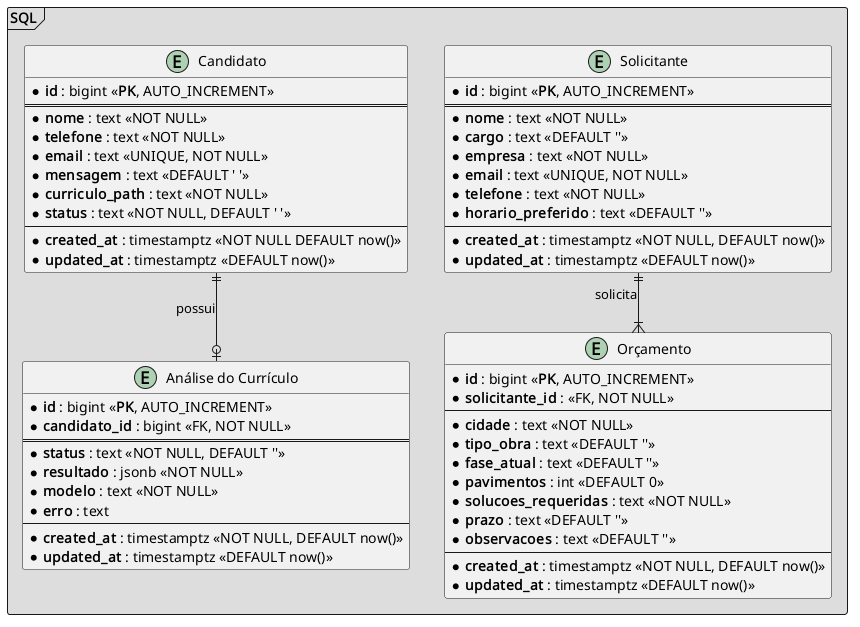
Above: docs/diagrams/sql.png in olucasfracaro/EmpregaMais (PlantUML), before the change.
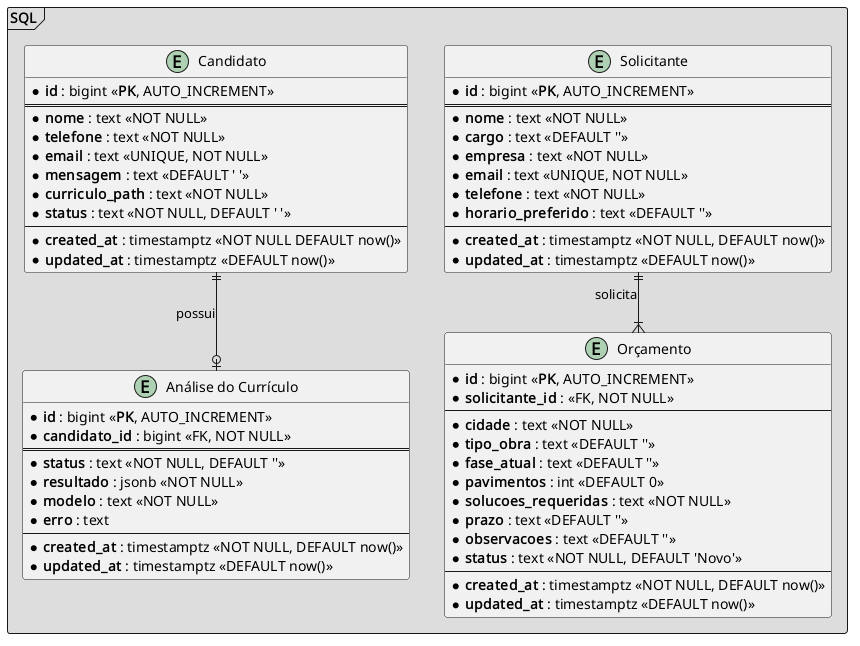
The same file after the commit.

Diff of the diagram source:
```diff
@@ -55,6 +55,7 @@
         * **solucoes_requeridas** : text <<NOT NULL>>
         * **prazo** : text <<DEFAULT ''>>
         * **observacoes** : text <<DEFAULT ''>>
+        * **status** : text <<NOT NULL, DEFAULT 'Novo'>>
         --
         * **created_at** : timestamptz <<NOT NULL, DEFAULT now()>>
         * **updated_at** : timestamptz <<DEFAULT now()>>
```
